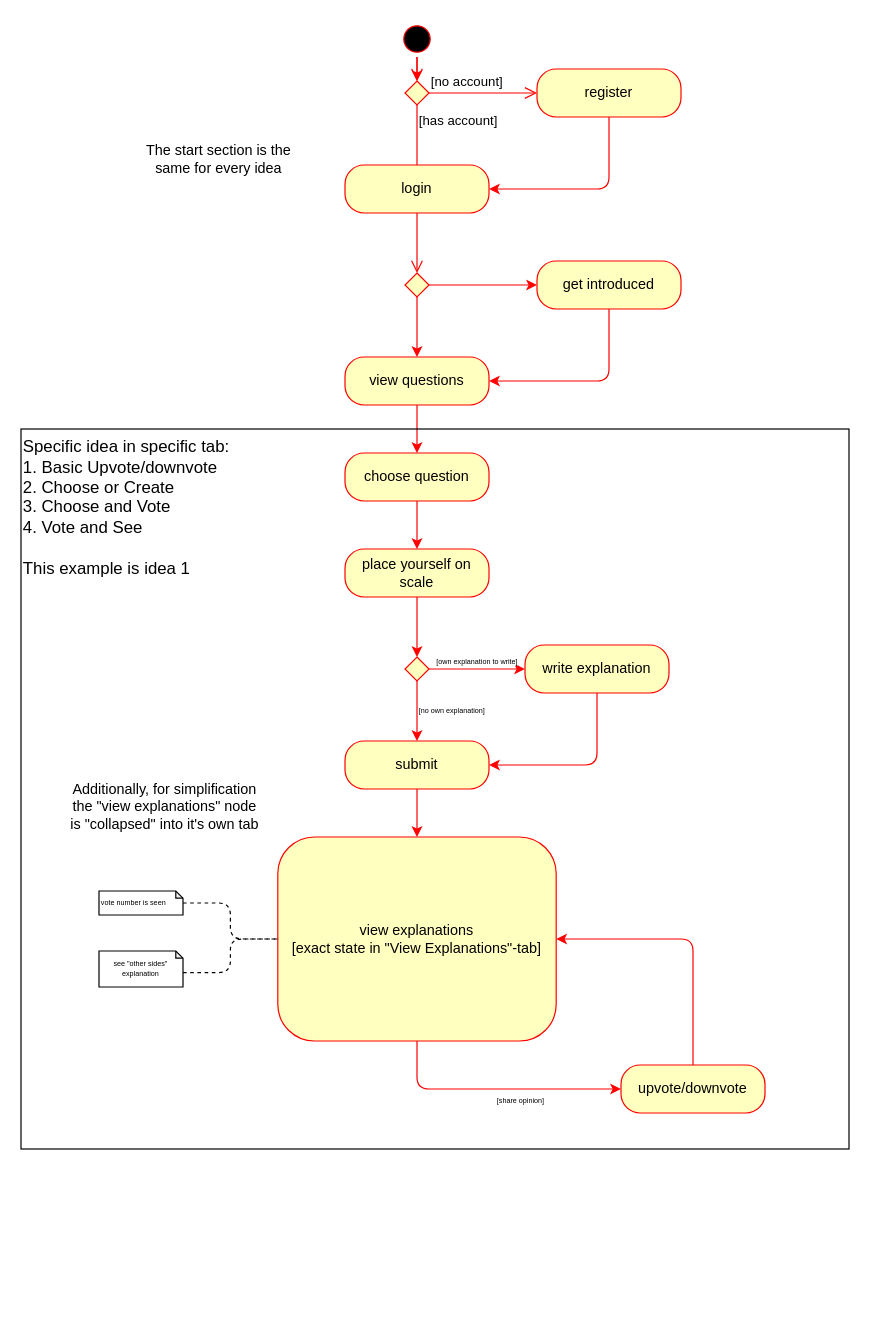
Earlier version of the draw.io diagram page "revised-diagram" (1 of 7) of diagrams/userflow.drawio (GabrielKP/vice-versa). Source tidied: cells renumbered, new cells numbered last; positions are measured from the earlier drawing's top-left corner, leaving out a move shared by most shapes. Both pictures are drawn from the tidied source at 120%, with x=0, y=0 at pixel (20, 20).
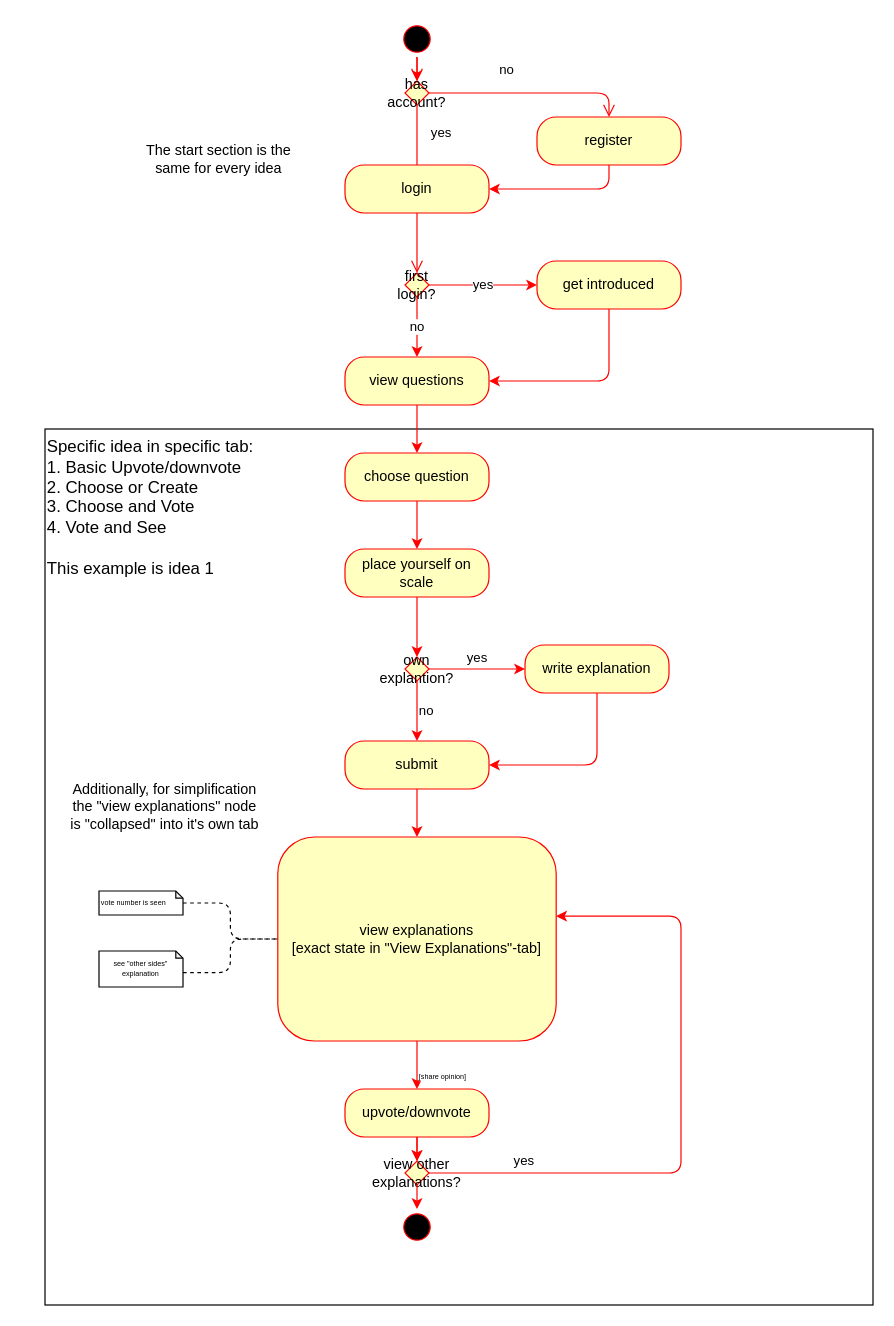
After the change.

Unchanged cells that the change refers to:
```xml
<mxCell id="16" value="get introduced" style="rounded=1;whiteSpace=wrap;html=1;arcSize=40;fontColor=#000000;fillColor=#ffffc0;strokeColor=#ff0000;" parent="1" vertex="1">
  <mxGeometry x="430" y="200" width="120" height="40" as="geometry" />
</mxCell>
<mxCell id="18" value="view questions" style="rounded=1;whiteSpace=wrap;html=1;arcSize=40;fontColor=#000000;fillColor=#ffffc0;strokeColor=#ff0000;" parent="1" vertex="1">
  <mxGeometry x="270" y="280" width="120" height="40" as="geometry" />
</mxCell>
<mxCell id="22" value="submit" style="rounded=1;whiteSpace=wrap;html=1;arcSize=40;fontColor=#000000;fillColor=#ffffc0;strokeColor=#ff0000;" parent="1" vertex="1">
  <mxGeometry x="270" y="600" width="120" height="40" as="geometry" />
</mxCell>
<mxCell id="29" value="write explanation" style="rounded=1;whiteSpace=wrap;html=1;arcSize=40;fontColor=#000000;fillColor=#ffffc0;strokeColor=#ff0000;" parent="1" vertex="1">
  <mxGeometry x="420" y="520" width="120" height="40" as="geometry" />
</mxCell>
<mxCell id="35" value="view explanations&lt;br&gt;[exact state in &quot;View Explanations&quot;-tab]" style="rounded=1;whiteSpace=wrap;html=1;arcSize=18;fontColor=#000000;fillColor=#ffffc0;strokeColor=#ff0000;" parent="1" vertex="1">
  <mxGeometry x="214" y="680" width="232" height="170" as="geometry" />
</mxCell>
```

What changed in the source:
```diff
@@
+    <mxCell id="33" value="&lt;div style=&quot;font-size: 14px&quot;&gt;Specific idea in specific tab:&lt;br&gt;1. Basic Upvote/downvote&lt;/div&gt;&lt;div style=&quot;font-size: 14px&quot;&gt;2. Choose or Create&lt;/div&gt;&lt;div style=&quot;font-size: 14px&quot;&gt;3. Choose and Vote&lt;/div&gt;&lt;div style=&quot;font-size: 14px&quot;&gt;4. Vote and See&lt;/div&gt;&lt;div style=&quot;font-size: 14px&quot;&gt;&lt;br&gt;&lt;/div&gt;&lt;div style=&quot;font-size: 14px&quot;&gt;This example is idea 1&lt;br style=&quot;font-size: 14px&quot;&gt;&lt;/div&gt;" style="rounded=0;whiteSpace=wrap;html=1;fontSize=14;fillColor=none;align=left;verticalAlign=top;" parent="1" vertex="1">
+      <mxGeometry x="20" y="340" width="690" height="730" as="geometry" />
+    </mxCell>
@@
-    <mxCell id="5" style="rhombus;whiteSpace=wrap;html=1;fillColor=#ffffc0;strokeColor=#ff0000;" parent="1" vertex="1">
+    <mxCell id="5" value="has account?" style="rhombus;whiteSpace=wrap;html=1;fillColor=#ffffc0;strokeColor=#ff0000;" parent="1" vertex="1">
       <mxGeometry x="320" y="50" width="20" height="20" as="geometry" />
     </mxCell>
-    <mxCell id="6" value="[no account]" style="edgeStyle=orthogonalEdgeStyle;html=1;align=left;verticalAlign=bottom;endArrow=open;endSize=8;strokeColor=#ff0000;entryX=0;entryY=0.5;entryDx=0;entryDy=0;" parent="1" edge="1" source="5" target="11">
-      <mxGeometry x="-1" relative="1" as="geometry" />
+    <mxCell id="6" value="no" style="edgeStyle=orthogonalEdgeStyle;html=1;align=left;verticalAlign=bottom;endArrow=open;endSize=8;strokeColor=#ff0000;entryX=0.5;entryY=0;entryDx=0;entryDy=0;" parent="1" edge="1" source="5" target="11">
+      <mxGeometry x="-0.33" y="10" relative="1" as="geometry">
+        <Array as="points">
+          <mxPoint x="490" y="60" />
+        </Array>
+      </mxGeometry>
     </mxCell>
-    <mxCell id="7" value="[has account]" style="edgeStyle=orthogonalEdgeStyle;html=1;align=left;verticalAlign=top;endArrow=open;endSize=8;strokeColor=#ff0000;" parent="1" edge="1" source="5">
-      <mxGeometry x="-1" relative="1" as="geometry">
+    <mxCell id="7" value="&lt;div&gt;yes&lt;/div&gt;" style="edgeStyle=orthogonalEdgeStyle;html=1;align=left;verticalAlign=top;endArrow=open;endSize=8;strokeColor=#ff0000;" parent="1" edge="1" source="5">
+      <mxGeometry x="-0.78" y="10" relative="1" as="geometry">
         <mxPoint x="330" y="160" as="targetPoint" />
       </mxGeometry>
     </mxCell>
@@
     <mxCell id="11" value="register" style="rounded=1;whiteSpace=wrap;html=1;arcSize=40;fontColor=#000000;fillColor=#ffffc0;strokeColor=#ff0000;" parent="1" vertex="1">
-      <mxGeometry x="430" y="40" width="120" height="40" as="geometry" />
+      <mxGeometry x="430" y="80" width="120" height="40" as="geometry" />
     </mxCell>
-    <mxCell id="12" style="edgeStyle=orthogonalEdgeStyle;rounded=1;jettySize=auto;html=1;entryX=0;entryY=0.5;entryDx=0;entryDy=0;strokeColor=#FF0000;" parent="1" edge="1" source="14" target="16">
+    <mxCell id="12" value="yes" style="edgeStyle=orthogonalEdgeStyle;rounded=1;jettySize=auto;html=1;entryX=0;entryY=0.5;entryDx=0;entryDy=0;strokeColor=#FF0000;" parent="1" edge="1" source="14" target="16">
       <mxGeometry relative="1" as="geometry" />
     </mxCell>
-    <mxCell id="13" style="edgeStyle=orthogonalEdgeStyle;rounded=1;jettySize=auto;html=1;exitX=0.5;exitY=1;exitDx=0;exitDy=0;entryX=0.5;entryY=0;entryDx=0;entryDy=0;strokeColor=#FF0000;" parent="1" edge="1" source="14" target="18">
+    <mxCell id="13" value="no" style="edgeStyle=orthogonalEdgeStyle;rounded=1;jettySize=auto;html=1;exitX=0.5;exitY=1;exitDx=0;exitDy=0;entryX=0.5;entryY=0;entryDx=0;entryDy=0;strokeColor=#FF0000;" parent="1" edge="1" source="14" target="18">
       <mxGeometry relative="1" as="geometry" />
     </mxCell>
-    <mxCell id="14" style="rhombus;whiteSpace=wrap;html=1;fillColor=#ffffc0;strokeColor=#ff0000;" parent="1" vertex="1">
+    <mxCell id="14" value="first login?" style="rhombus;whiteSpace=wrap;html=1;fillColor=#ffffc0;strokeColor=#ff0000;" parent="1" vertex="1">
       <mxGeometry x="320" y="210" width="20" height="20" as="geometry" />
     </mxCell>
@@
-    <mxCell id="25" value="[no own explanation]" style="edgeStyle=orthogonalEdgeStyle;rounded=1;jettySize=auto;html=1;strokeColor=#FF0000;verticalAlign=middle;align=left;fontSize=6;" parent="1" edge="1" source="27" target="22">
+    <mxCell id="25" value="&lt;font style=&quot;font-size: 11px&quot;&gt;no&lt;/font&gt;" style="edgeStyle=orthogonalEdgeStyle;rounded=1;jettySize=auto;html=1;strokeColor=#FF0000;verticalAlign=middle;align=left;fontSize=6;" parent="1" edge="1" source="27" target="22">
       <mxGeometry relative="1" as="geometry" />
     </mxCell>
-    <mxCell id="26" value="&lt;div style=&quot;font-size: 6px;&quot;&gt;[own explanation to write]&lt;br style=&quot;font-size: 6px;&quot;&gt;&lt;/div&gt;" style="edgeStyle=orthogonalEdgeStyle;rounded=1;jettySize=auto;html=1;entryX=0;entryY=0.5;entryDx=0;entryDy=0;strokeColor=#FF0000;verticalAlign=bottom;align=center;fontSize=6;" parent="1" edge="1" source="27" target="29">
+    <mxCell id="26" value="&lt;font style=&quot;font-size: 11px&quot;&gt;yes&lt;/font&gt;" style="edgeStyle=orthogonalEdgeStyle;rounded=1;jettySize=auto;html=1;entryX=0;entryY=0.5;entryDx=0;entryDy=0;strokeColor=#FF0000;verticalAlign=bottom;align=center;fontSize=6;" parent="1" edge="1" source="27" target="29">
       <mxGeometry relative="1" as="geometry" />
     </mxCell>
-    <mxCell id="27" style="rhombus;whiteSpace=wrap;html=1;fillColor=#ffffc0;strokeColor=#ff0000;" parent="1" vertex="1">
+    <mxCell id="27" value="own explantion?" style="rhombus;whiteSpace=wrap;html=1;fillColor=#ffffc0;strokeColor=#ff0000;" parent="1" vertex="1">
       <mxGeometry x="320" y="530" width="20" height="20" as="geometry" />
     </mxCell>
@@
-    <mxCell id="30" value="[share opinion] " style="edgeStyle=orthogonalEdgeStyle;rounded=1;jettySize=auto;html=1;strokeColor=#FF0000;fontSize=6;align=left;entryX=0;entryY=0.5;entryDx=0;entryDy=0;exitX=0.5;exitY=1;exitDx=0;exitDy=0;verticalAlign=top;" parent="1" edge="1" source="35" target="32">
+    <mxCell id="30" value="[share opinion] " style="edgeStyle=orthogonalEdgeStyle;rounded=1;jettySize=auto;html=1;strokeColor=#FF0000;fontSize=6;align=left;entryX=0.5;entryY=0;entryDx=0;entryDy=0;exitX=0.5;exitY=1;exitDx=0;exitDy=0;verticalAlign=top;" parent="1" edge="1" source="35" target="32">
       <mxGeometry relative="1" as="geometry" />
     </mxCell>
-    <mxCell id="31" style="edgeStyle=orthogonalEdgeStyle;rounded=1;jettySize=auto;html=1;entryX=1;entryY=0.5;entryDx=0;entryDy=0;exitX=0.5;exitY=0;exitDx=0;exitDy=0;strokeColor=#FF0000;" parent="1" edge="1" source="32" target="35">
+    <mxCell id="31" style="edgeStyle=orthogonalEdgeStyle;rounded=1;jettySize=auto;html=1;entryX=0.5;entryY=0;entryDx=0;entryDy=0;exitX=0.5;exitY=1;exitDx=0;exitDy=0;strokeColor=#FF0000;" parent="1" edge="1" source="32" target="42">
       <mxGeometry relative="1" as="geometry" />
     </mxCell>
     <mxCell id="32" value="upvote/downvote" style="rounded=1;whiteSpace=wrap;html=1;arcSize=40;fontColor=#000000;fillColor=#ffffc0;strokeColor=#ff0000;" parent="1" vertex="1">
-      <mxGeometry x="500" y="870" width="120" height="40" as="geometry" />
+      <mxGeometry x="270" y="890" width="120" height="40" as="geometry" />
     </mxCell>
-    <mxCell id="33" value="&lt;div style=&quot;font-size: 14px&quot;&gt;Specific idea in specific tab:&lt;br&gt;1. Basic Upvote/downvote&lt;/div&gt;&lt;div style=&quot;font-size: 14px&quot;&gt;2. Choose or Create&lt;/div&gt;&lt;div style=&quot;font-size: 14px&quot;&gt;3. Choose and Vote&lt;/div&gt;&lt;div style=&quot;font-size: 14px&quot;&gt;4. Vote and See&lt;/div&gt;&lt;div style=&quot;font-size: 14px&quot;&gt;&lt;br&gt;&lt;/div&gt;&lt;div style=&quot;font-size: 14px&quot;&gt;This example is idea 1&lt;br style=&quot;font-size: 14px&quot;&gt;&lt;/div&gt;" style="rounded=0;whiteSpace=wrap;html=1;fontSize=14;fillColor=none;align=left;verticalAlign=top;" parent="1" vertex="1">
-      <mxGeometry y="340" width="690" height="600" as="geometry" />
-    </mxCell>
@@
+    <mxCell id="41" style="ellipse;html=1;shape=startState;fillColor=#000000;strokeColor=#ff0000;" parent="1" vertex="1">
+      <mxGeometry x="315" y="990" width="30" height="30" as="geometry" />
+    </mxCell>
+    <mxCell id="42" value="view other explanations?" style="rhombus;whiteSpace=wrap;html=1;fillColor=#ffffc0;strokeColor=#ff0000;" parent="1" vertex="1">
+      <mxGeometry x="320" y="950" width="20" height="20" as="geometry" />
+    </mxCell>
+    <mxCell id="43" style="edgeStyle=orthogonalEdgeStyle;rounded=1;orthogonalLoop=1;jettySize=auto;html=1;entryX=0.5;entryY=0;entryDx=0;entryDy=0;exitX=0.5;exitY=1;exitDx=0;exitDy=0;strokeColor=#FF0000;" parent="1" edge="1">
+      <mxGeometry relative="1" as="geometry">
+        <mxPoint x="330" y="930" as="sourcePoint" />
+        <mxPoint x="330" y="950" as="targetPoint" />
+      </mxGeometry>
+    </mxCell>
+    <mxCell id="44" value="yes" style="edgeStyle=orthogonalEdgeStyle;rounded=1;jettySize=auto;html=1;strokeColor=#FF0000;entryX=1;entryY=0.388;entryDx=0;entryDy=0;entryPerimeter=0;exitX=1;exitY=0.5;exitDx=0;exitDy=0;" parent="1" edge="1" source="42" target="35">
+      <mxGeometry x="-0.7" y="10" relative="1" as="geometry">
+        <Array as="points">
+          <mxPoint x="550" y="960" />
+          <mxPoint x="550" y="746" />
+        </Array>
+      </mxGeometry>
+    </mxCell>
+    <mxCell id="45" style="edgeStyle=orthogonalEdgeStyle;rounded=1;jettySize=auto;html=1;strokeColor=#FF0000;exitX=0.5;exitY=1;exitDx=0;exitDy=0;" parent="1" edge="1" source="42">
+      <mxGeometry relative="1" as="geometry">
+        <mxPoint x="330" y="990" as="targetPoint" />
+        <Array as="points">
+          <mxPoint x="330" y="980" />
+          <mxPoint x="330" y="980" />
+        </Array>
+      </mxGeometry>
+    </mxCell>
```
